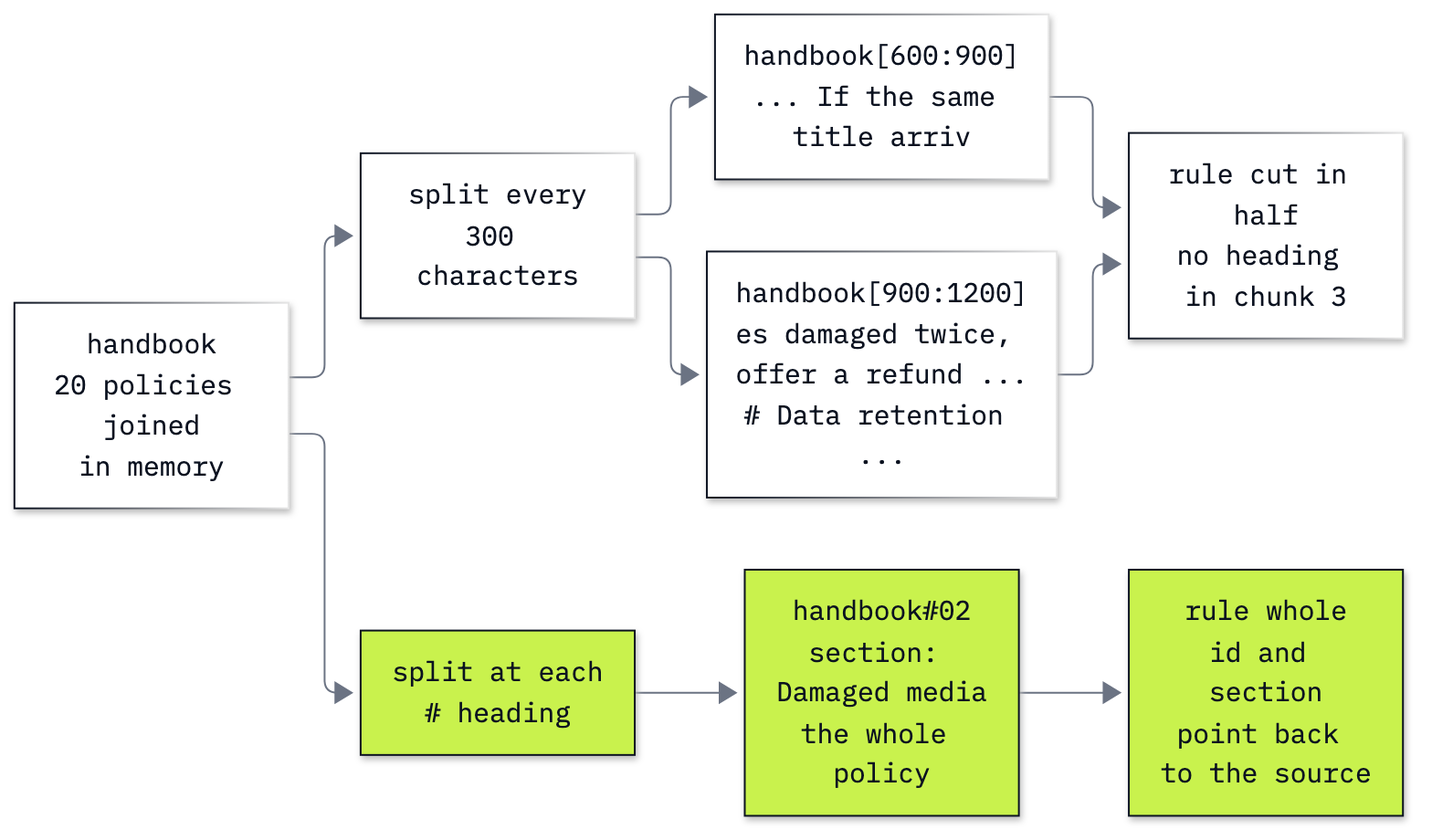
The Mermaid diagram 12_Retrieval/resources/lab12_chunks_keep_their_source.png in tatwan/ai_agents_course, before a commit. Its source is kept beside it as 12_Retrieval/resources/lab12_chunks_keep_their_source.mmd.
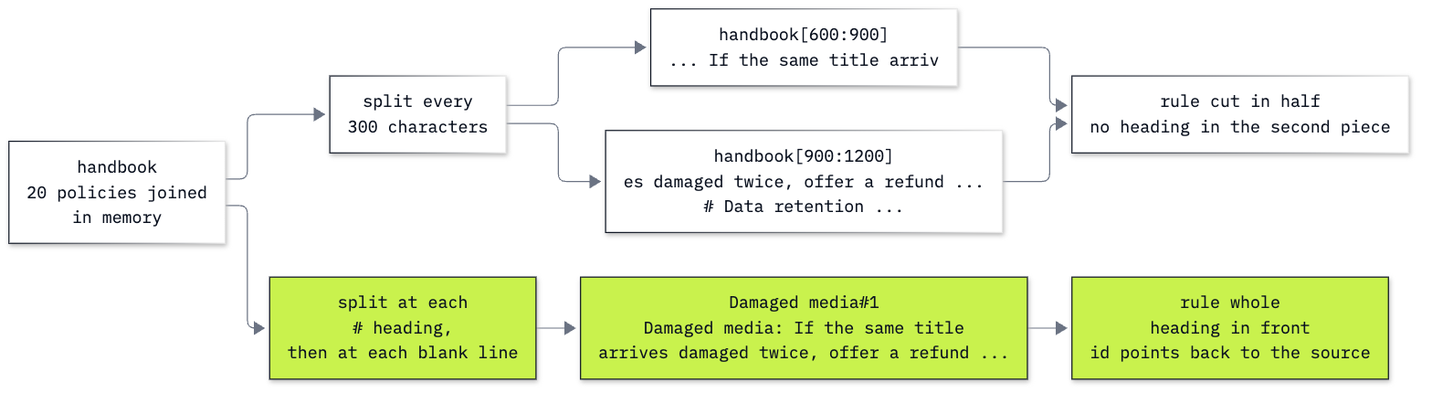
The same file after the commit.

Diff of the diagram source:
```diff
@@ -1,12 +1,12 @@
-%%{init: {"theme": "base", "flowchart": {"curve": "basis", "nodeSpacing": 30, "rankSpacing": 40}, "themeVariables": {"fontFamily": "IBM Plex Mono, monospace", "fontSize": "15px", "primaryColor": "#FFFFFF", "primaryBorderColor": "#0B1220", "primaryTextColor": "#0B1220", "lineColor": "#6B7383", "clusterBkg": "#F4F5F7", "clusterBorder": "#6B7383"}}}%%
+%%{init: {"theme": "base", "flowchart": {"curve": "basis", "nodeSpacing": 30, "rankSpacing": 40, "wrappingWidth": 420}, "themeVariables": {"fontFamily": "IBM Plex Mono, monospace", "fontSize": "15px", "primaryColor": "#FFFFFF", "primaryBorderColor": "#0B1220", "primaryTextColor": "#0B1220", "lineColor": "#6B7383", "clusterBkg": "#F4F5F7", "clusterBorder": "#6B7383"}}}%%
 flowchart LR
     handbook[handbook<br/>20 policies joined<br/>in memory] --> bysize[split every<br/>300 characters]
-    handbook --> byheading[split at each<br/># heading]
+    handbook --> byheading[split at each<br/># heading,<br/>then at each blank line]
     bysize --> c2["handbook[600:900]<br/>... If the same title arriv"]
     bysize --> c3["handbook[900:1200]<br/>es damaged twice, offer a refund ...<br/># Data retention ..."]
-    byheading --> h2["handbook#02<br/>section: Damaged media<br/>the whole policy"]
-    c2 --> lost[rule cut in half<br/>no heading in chunk 3]
+    byheading --> p1["Damaged media#1<br/>Damaged media: If the same title<br/>arrives damaged twice, offer a refund ..."]
+    c2 --> lost[rule cut in half<br/>no heading in the second piece]
     c3 --> lost
-    h2 --> kept[rule whole<br/>id and section<br/>point back to the source]
+    p1 --> kept[rule whole<br/>heading in front<br/>id points back to the source]
     classDef code fill:#C9F24D,color:#0B1220,stroke:#0B1220
-    class byheading,h2,kept code
+    class byheading,p1,kept code
```
